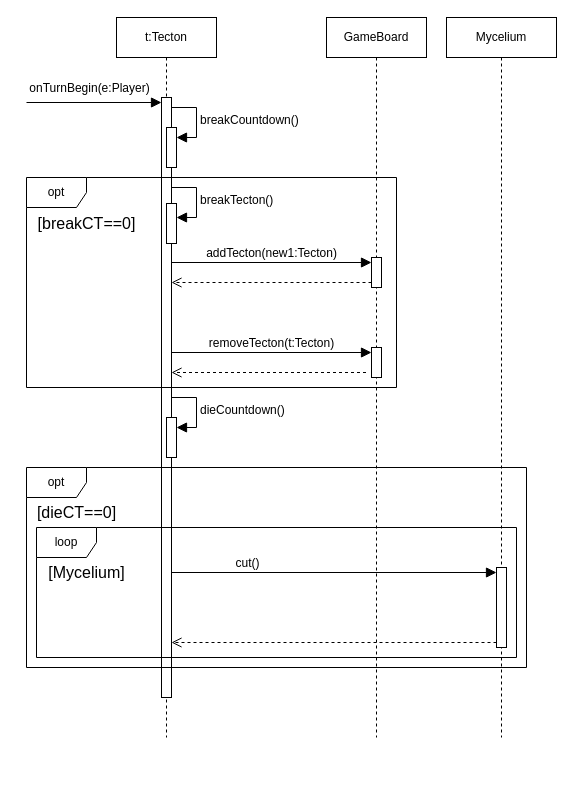
Earlier version of the draw.io diagram page "AridTecton" (3 of 8) of GameManager_SequenceDiagram.drawio (koharzsombor/bandITs). Source tidied: cells renumbered, new cells numbered last; positions are measured from the earlier drawing's top-left corner, leaving out a move shared by most shapes. Both pictures are drawn from the tidied source at 100%, with x=0, y=0 at pixel (26, 17).
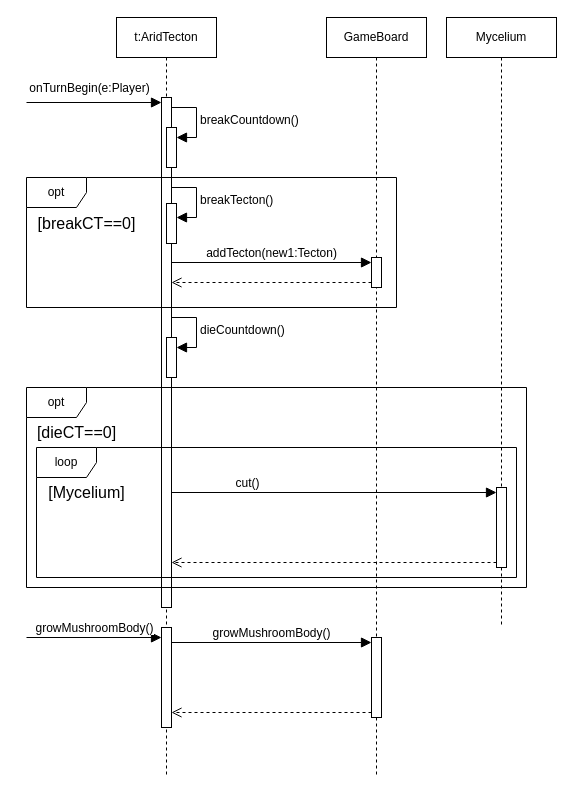
Above is the later version.

What changed in the source:
```diff
@@
-    <mxCell id="2" value="t:Tecton" style="shape=umlLifeline;perimeter=lifelinePerimeter;whiteSpace=wrap;html=1;newEdgeStyle={&quot;curved&quot;:0,&quot;rounded&quot;:0};" parent="1" vertex="1">
-      <mxGeometry x="90" width="100" height="720" as="geometry" />
+    <mxCell id="2" value="t:AridTecton" style="shape=umlLifeline;perimeter=lifelinePerimeter;whiteSpace=wrap;html=1;newEdgeStyle={&quot;curved&quot;:0,&quot;rounded&quot;:0};" parent="1" vertex="1">
+      <mxGeometry x="90" width="100" height="760" as="geometry" />
     </mxCell>
     <mxCell id="3" style="html=1;points=[[0,0,0,0,5],[0,1,0,0,-5],[1,0,0,0,5],[1,1,0,0,-5]];perimeter=orthogonalPerimeter;outlineConnect=0;targetShapes=umlLifeline;portConstraint=eastwest;newEdgeStyle={&quot;curved&quot;:0,&quot;rounded&quot;:0};" parent="2" vertex="1">
-      <mxGeometry x="45" y="80" width="10" height="600" as="geometry" />
+      <mxGeometry x="45" y="80" width="10" height="510" as="geometry" />
     </mxCell>
@@
     <mxCell id="6" style="html=1;points=[[0,0,0,0,5],[0,1,0,0,-5],[1,0,0,0,5],[1,1,0,0,-5]];perimeter=orthogonalPerimeter;outlineConnect=0;targetShapes=umlLifeline;portConstraint=eastwest;newEdgeStyle={&quot;curved&quot;:0,&quot;rounded&quot;:0};" parent="2" vertex="1">
-      <mxGeometry x="50" y="400" width="10" height="40" as="geometry" />
+      <mxGeometry x="50" y="320" width="10" height="40" as="geometry" />
     </mxCell>
     <mxCell id="7" value="dieCountdown()" style="html=1;align=left;spacingLeft=2;endArrow=block;rounded=0;edgeStyle=orthogonalEdgeStyle;curved=0;rounded=0;fontSize=12;startSize=8;endSize=8;" parent="2" edge="1" target="6">
       <mxGeometry relative="1" as="geometry">
-        <mxPoint x="55" y="380" as="sourcePoint" />
+        <mxPoint x="55" y="300" as="sourcePoint" />
         <Array as="points">
-          <mxPoint x="80" y="380" />
-          <mxPoint x="80" y="410" />
+          <mxPoint x="80" y="300" />
+          <mxPoint x="80" y="330" />
         </Array>
       </mxGeometry>
     </mxCell>
+    <mxCell id="28" style="html=1;points=[[0,0,0,0,5],[0,1,0,0,-5],[1,0,0,0,5],[1,1,0,0,-5]];perimeter=orthogonalPerimeter;outlineConnect=0;targetShapes=umlLifeline;portConstraint=eastwest;newEdgeStyle={&quot;curved&quot;:0,&quot;rounded&quot;:0};" parent="2" vertex="1">
+      <mxGeometry x="45" y="610" width="10" height="100" as="geometry" />
+    </mxCell>
@@
     <mxCell id="9" value="opt" style="shape=umlFrame;whiteSpace=wrap;html=1;" parent="1" vertex="1">
-      <mxGeometry y="160" width="370" height="210" as="geometry" />
+      <mxGeometry y="160" width="370" height="130" as="geometry" />
     </mxCell>
@@
     <mxCell id="11" value="GameBoard" style="shape=umlLifeline;perimeter=lifelinePerimeter;whiteSpace=wrap;html=1;newEdgeStyle={&quot;curved&quot;:0,&quot;rounded&quot;:0};" parent="1" vertex="1">
-      <mxGeometry x="300" width="100" height="720" as="geometry" />
+      <mxGeometry x="300" width="100" height="760" as="geometry" />
     </mxCell>
@@
-    <mxCell id="13" style="html=1;points=[[0,0,0,0,5],[0,1,0,0,-5],[1,0,0,0,5],[1,1,0,0,-5]];perimeter=orthogonalPerimeter;outlineConnect=0;targetShapes=umlLifeline;portConstraint=eastwest;newEdgeStyle={&quot;curved&quot;:0,&quot;rounded&quot;:0};" parent="11" vertex="1">
-      <mxGeometry x="45" y="330" width="10" height="30" as="geometry" />
-    </mxCell>
-    <mxCell id="14" style="html=1;verticalAlign=bottom;endArrow=open;dashed=1;endSize=8;curved=0;rounded=0;fontSize=12;" parent="11" edge="1" target="3">
-      <mxGeometry y="-10" relative="1" as="geometry">
-        <mxPoint x="39.5" y="355" as="sourcePoint" />
-      </mxGeometry>
-    </mxCell>
+    <mxCell id="29" style="html=1;points=[[0,0,0,0,5],[0,1,0,0,-5],[1,0,0,0,5],[1,1,0,0,-5]];perimeter=orthogonalPerimeter;outlineConnect=0;targetShapes=umlLifeline;portConstraint=eastwest;newEdgeStyle={&quot;curved&quot;:0,&quot;rounded&quot;:0};" parent="11" vertex="1">
+      <mxGeometry x="45" y="620" width="10" height="80" as="geometry" />
+    </mxCell>
@@
     <mxCell id="19" value="opt" style="shape=umlFrame;whiteSpace=wrap;html=1;" parent="1" vertex="1">
-      <mxGeometry y="450" width="500" height="200" as="geometry" />
+      <mxGeometry y="370" width="500" height="200" as="geometry" />
     </mxCell>
     <mxCell id="20" value="[dieCT==0]" style="text;html=1;align=center;verticalAlign=middle;strokeColor=none;fillColor=none;fontSize=16;" parent="1" vertex="1">
-      <mxGeometry y="480" width="100" height="30" as="geometry" />
+      <mxGeometry y="400" width="100" height="30" as="geometry" />
     </mxCell>
     <mxCell id="21" value="Mycelium" style="shape=umlLifeline;perimeter=lifelinePerimeter;whiteSpace=wrap;html=1;newEdgeStyle={&quot;curved&quot;:0,&quot;rounded&quot;:0};" parent="1" vertex="1">
-      <mxGeometry x="420" width="110" height="720" as="geometry" />
+      <mxGeometry x="420" width="110" height="610" as="geometry" />
     </mxCell>
     <mxCell id="22" style="html=1;points=[[0,0,0,0,5],[0,1,0,0,-5],[1,0,0,0,5],[1,1,0,0,-5]];perimeter=orthogonalPerimeter;outlineConnect=0;targetShapes=umlLifeline;portConstraint=eastwest;newEdgeStyle={&quot;curved&quot;:0,&quot;rounded&quot;:0};" parent="21" vertex="1">
-      <mxGeometry x="50" y="550" width="10" height="80" as="geometry" />
+      <mxGeometry x="50" y="470" width="10" height="80" as="geometry" />
     </mxCell>
-    <mxCell id="23" style="html=1;verticalAlign=bottom;endArrow=open;dashed=1;endSize=8;curved=0;rounded=0;exitX=0;exitY=1;exitDx=0;exitDy=-5;fontSize=12;" parent="1" edge="1" source="22" target="3">
-      <mxGeometry relative="1" as="geometry" />
+    <mxCell id="23" style="html=1;verticalAlign=bottom;endArrow=open;dashed=1;endSize=8;curved=0;rounded=0;exitX=0;exitY=1;exitDx=0;exitDy=-5;fontSize=12;" parent="1" edge="1" source="22">
+      <mxGeometry relative="1" as="geometry">
+        <mxPoint x="145" y="545" as="targetPoint" />
+      </mxGeometry>
     </mxCell>
-    <mxCell id="24" value="cut()" style="html=1;verticalAlign=bottom;endArrow=block;curved=0;rounded=0;entryX=0;entryY=0;entryDx=0;entryDy=5;fontSize=12;startSize=8;endSize=8;" parent="1" edge="1" source="3" target="22">
-      <mxGeometry x="-0.53" relative="1" as="geometry" />
+    <mxCell id="24" value="cut()" style="html=1;verticalAlign=bottom;endArrow=block;curved=0;rounded=0;entryX=0;entryY=0;entryDx=0;entryDy=5;fontSize=12;startSize=8;endSize=8;" parent="1" edge="1" target="22">
+      <mxGeometry x="-0.53" relative="1" as="geometry">
+        <mxPoint x="145" y="475" as="sourcePoint" />
+      </mxGeometry>
     </mxCell>
     <mxCell id="25" value="loop" style="shape=umlFrame;whiteSpace=wrap;html=1;" parent="1" vertex="1">
-      <mxGeometry x="10" y="510" width="480" height="130" as="geometry" />
+      <mxGeometry x="10" y="430" width="480" height="130" as="geometry" />
     </mxCell>
     <mxCell id="26" value="[Mycelium]" style="text;html=1;align=center;verticalAlign=middle;strokeColor=none;fillColor=none;fontSize=16;" parent="1" vertex="1">
-      <mxGeometry x="10" y="540" width="100" height="30" as="geometry" />
+      <mxGeometry x="10" y="460" width="100" height="30" as="geometry" />
     </mxCell>
-    <mxCell id="27" value="removeTecton(t:Tecton)" style="html=1;verticalAlign=bottom;endArrow=block;curved=0;rounded=0;entryX=0;entryY=0;entryDx=0;entryDy=5;fontSize=12;startSize=8;endSize=8;" parent="1" edge="1" source="3" target="13">
-      <mxGeometry relative="1" as="geometry" />
-    </mxCell>
+    <mxCell id="30" value="growMushroomBody()" style="html=1;verticalAlign=bottom;endArrow=block;curved=0;rounded=0;fontSize=12;startSize=8;endSize=8;" parent="1" edge="1">
+      <mxGeometry relative="1" as="geometry">
+        <mxPoint y="620" as="sourcePoint" />
+        <mxPoint x="135" y="620" as="targetPoint" />
+      </mxGeometry>
+    </mxCell>
+    <mxCell id="31" value="growMushroomBody()" style="html=1;verticalAlign=bottom;endArrow=block;curved=0;rounded=0;entryX=0;entryY=0;entryDx=0;entryDy=5;fontSize=12;startSize=8;endSize=8;" parent="1" edge="1" source="28" target="29">
+      <mxGeometry relative="1" as="geometry" />
+    </mxCell>
+    <mxCell id="32" style="html=1;verticalAlign=bottom;endArrow=open;dashed=1;endSize=8;curved=0;rounded=0;exitX=0;exitY=1;exitDx=0;exitDy=-5;fontSize=12;" parent="1" edge="1" source="29" target="28">
+      <mxGeometry relative="1" as="geometry" />
+    </mxCell>
```
